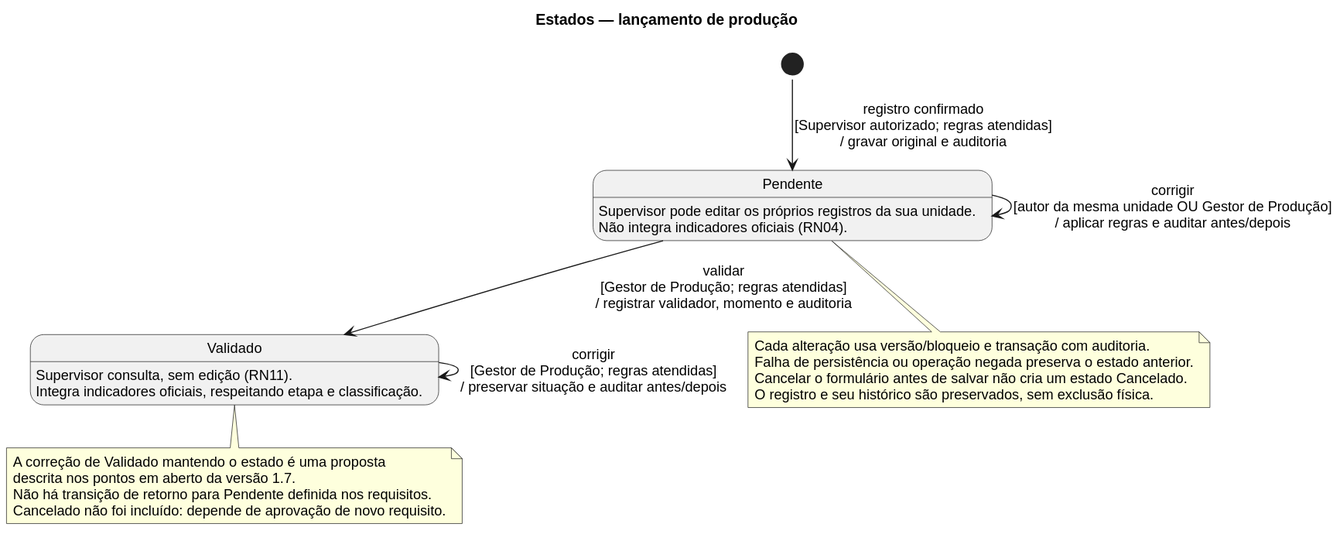
This is docs/uml/svg/07_estados_lancamento.svg from emilynerys/Projeto-Cer-mica-SOCRE, a PlantUML export, as it was before one commit. Its diagram source:
```plantuml
@startuml
!pragma layout smetana
skinparam shadowing false
skinparam defaultFontName Arial
skinparam defaultFontSize 13
hide empty description
title Estados — lançamento de produção

state "Pendente" as Pendente
state "Validado" as Validado

[*] --> Pendente : registro confirmado\n[Supervisor autorizado; regras atendidas]\n/ gravar original e auditoria
Pendente --> Pendente : corrigir\n[autor da mesma unidade OU Gestor de Produção]\n/ aplicar regras e auditar antes/depois
Pendente --> Validado : validar\n[Gestor de Produção; regras atendidas]\n/ registrar validador, momento e auditoria
Validado --> Validado : corrigir\n[Gestor de Produção; regras atendidas]\n/ preservar situação e auditar antes/depois

Pendente : Supervisor pode editar os próprios registros da sua unidade.
Pendente : Não integra indicadores oficiais (RN04).
Validado : Supervisor consulta, sem edição (RN11).
Validado : Integra indicadores oficiais, respeitando etapa e classificação.

note bottom of Validado
  A correção de Validado mantendo o estado é uma proposta
  descrita nos pontos em aberto da versão 1.7.
  Não há transição de retorno para Pendente definida nos requisitos.
  Cancelado não foi incluído: depende de aprovação de novo requisito.
end note

note bottom of Pendente
  Cada alteração usa versão/bloqueio e transação com auditoria.
  Falha de persistência ou operação negada preserva o estado anterior.
  Cancelar o formulário antes de salvar não cria um estado Cancelado.
  O registro e seu histórico são preservados, sem exclusão física.
end note
@enduml
```
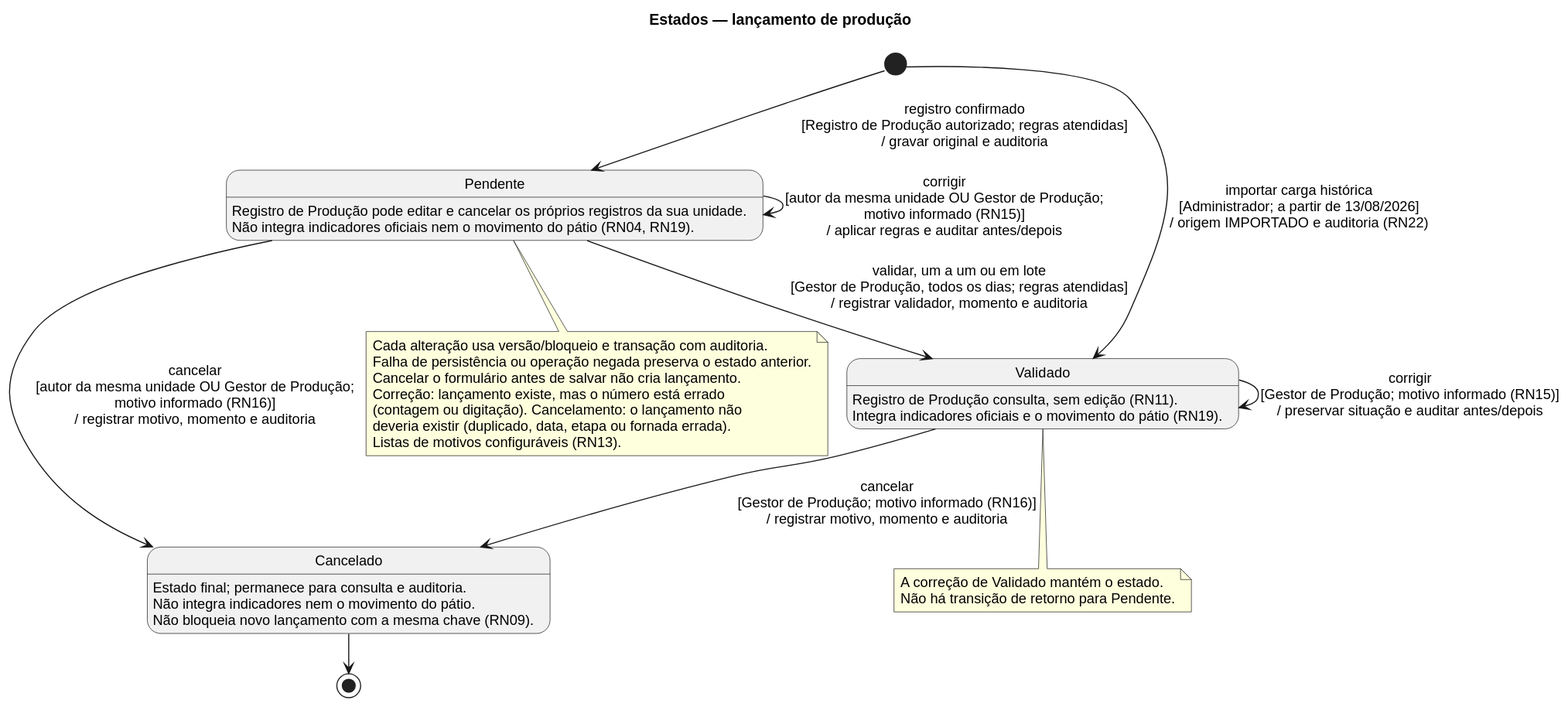
Above is the later version.

Diff of the diagram source:
```diff
@@ -8,28 +8,37 @@
 
 state "Pendente" as Pendente
 state "Validado" as Validado
+state "Cancelado" as Cancelado
 
-[*] --> Pendente : registro confirmado\n[Supervisor autorizado; regras atendidas]\n/ gravar original e auditoria
-Pendente --> Pendente : corrigir\n[autor da mesma unidade OU Gestor de Produção]\n/ aplicar regras e auditar antes/depois
-Pendente --> Validado : validar\n[Gestor de Produção; regras atendidas]\n/ registrar validador, momento e auditoria
-Validado --> Validado : corrigir\n[Gestor de Produção; regras atendidas]\n/ preservar situação e auditar antes/depois
+[*] --> Pendente : registro confirmado\n[Registro de Produção autorizado; regras atendidas]\n/ gravar original e auditoria
+[*] --> Validado : importar carga histórica\n[Administrador; a partir de 13/08/2026]\n/ origem IMPORTADO e auditoria (RN22)
+Pendente --> Pendente : corrigir\n[autor da mesma unidade OU Gestor de Produção;\nmotivo informado (RN15)]\n/ aplicar regras e auditar antes/depois
+Pendente --> Validado : validar, um a um ou em lote\n[Gestor de Produção, todos os dias; regras atendidas]\n/ registrar validador, momento e auditoria
+Validado --> Validado : corrigir\n[Gestor de Produção; motivo informado (RN15)]\n/ preservar situação e auditar antes/depois
+Pendente --> Cancelado : cancelar\n[autor da mesma unidade OU Gestor de Produção;\nmotivo informado (RN16)]\n/ registrar motivo, momento e auditoria
+Validado --> Cancelado : cancelar\n[Gestor de Produção; motivo informado (RN16)]\n/ registrar motivo, momento e auditoria
+Cancelado --> [*]
 
-Pendente : Supervisor pode editar os próprios registros da sua unidade.
-Pendente : Não integra indicadores oficiais (RN04).
-Validado : Supervisor consulta, sem edição (RN11).
-Validado : Integra indicadores oficiais, respeitando etapa e classificação.
+Pendente : Registro de Produção pode editar e cancelar os próprios registros da sua unidade.
+Pendente : Não integra indicadores oficiais nem o movimento do pátio (RN04, RN19).
+Validado : Registro de Produção consulta, sem edição (RN11).
+Validado : Integra indicadores oficiais e o movimento do pátio (RN19).
+Cancelado : Estado final; permanece para consulta e auditoria.
+Cancelado : Não integra indicadores nem o movimento do pátio.
+Cancelado : Não bloqueia novo lançamento com a mesma chave (RN09).
 
 note bottom of Validado
-  A correção de Validado mantendo o estado é uma proposta
-  descrita nos pontos em aberto da versão 1.7.
-  Não há transição de retorno para Pendente definida nos requisitos.
-  Cancelado não foi incluído: depende de aprovação de novo requisito.
+  A correção de Validado mantém o estado.
+  Não há transição de retorno para Pendente.
 end note
 
 note bottom of Pendente
   Cada alteração usa versão/bloqueio e transação com auditoria.
   Falha de persistência ou operação negada preserva o estado anterior.
-  Cancelar o formulário antes de salvar não cria um estado Cancelado.
-  O registro e seu histórico são preservados, sem exclusão física.
+  Cancelar o formulário antes de salvar não cria lançamento.
+  Correção: lançamento existe, mas o número está errado
+  (contagem ou digitação). Cancelamento: o lançamento não
+  deveria existir (duplicado, data, etapa ou fornada errada).
+  Listas de motivos configuráveis (RN13).
 end note
 @enduml
```
